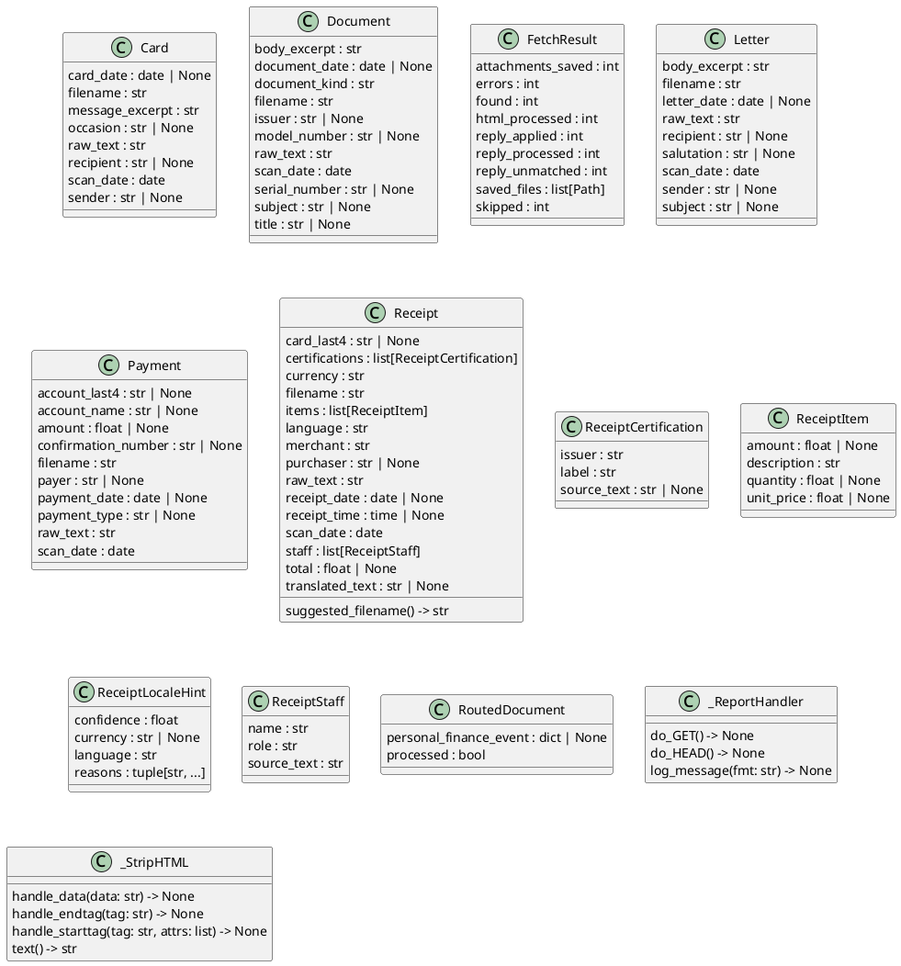
Above: docs/diagrams/python-classes.puml.png in casonk/intake (PlantUML), before the change.
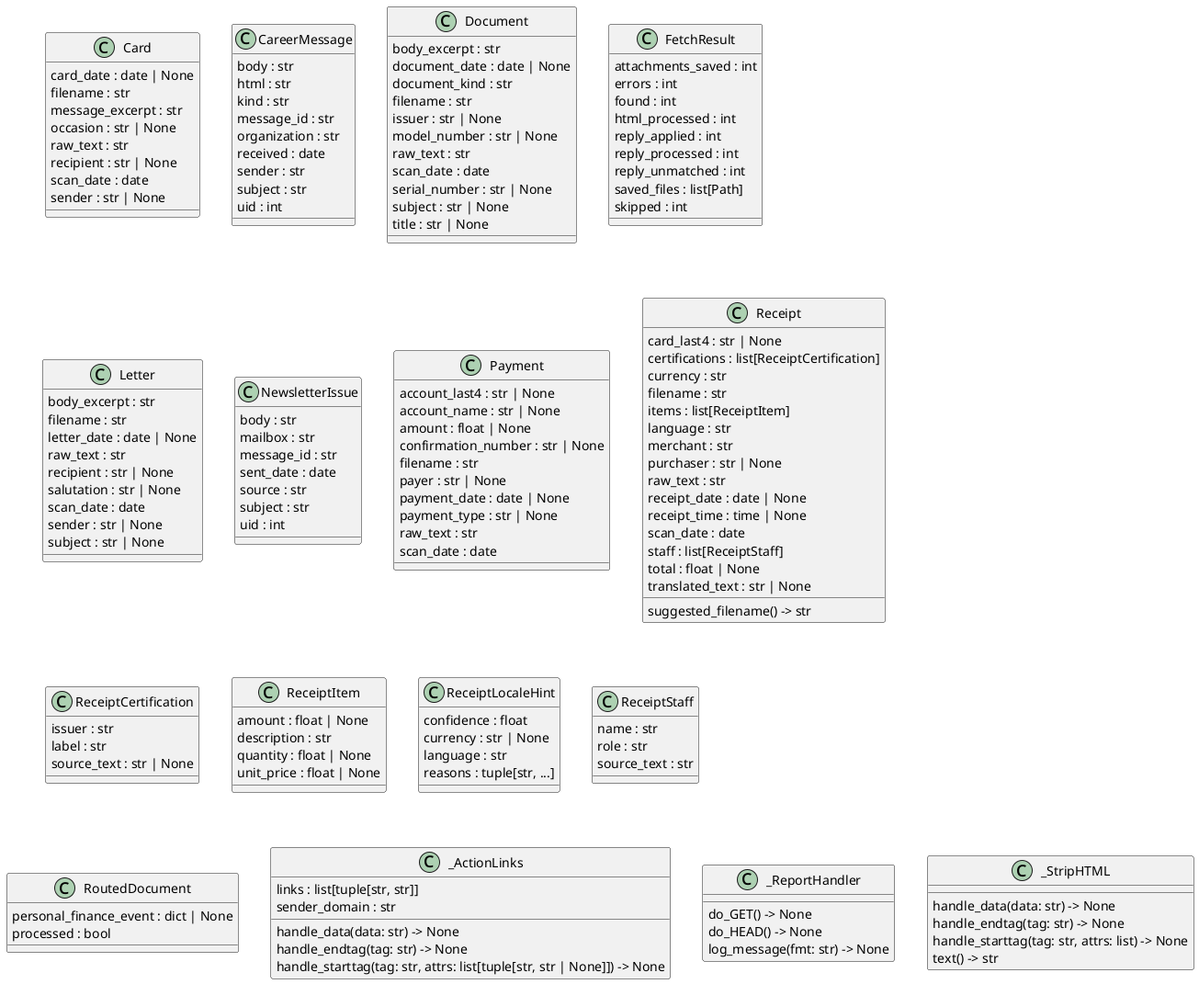
Later version of the same file.

What changed in the source:
```diff
@@ -1,4 +1,4 @@
-@startuml classes_intake
+@startuml classes_checkout
 set namespaceSeparator none
 class "Card" as intake.parse_card.Card {
   card_date : date | None
@@ -9,6 +9,17 @@
   recipient : str | None
   scan_date : date
   sender : str | None
+}
+class "CareerMessage" as intake.career_email.CareerMessage {
+  body : str
+  html : str
+  kind : str
+  message_id : str
+  organization : str
+  received : date
+  sender : str
+  subject : str
+  uid : int
 }
 class "Document" as intake.parse_document.Document {
   body_excerpt : str
@@ -44,6 +55,15 @@
   scan_date : date
   sender : str | None
   subject : str | None
+}
+class "NewsletterIssue" as intake.newsletter.NewsletterIssue {
+  body : str
+  mailbox : str
+  message_id : str
+  sent_date : date
+  source : str
+  subject : str
+  uid : int
 }
 class "Payment" as intake.parse_payment.Payment {
   account_last4 : str | None
@@ -101,6 +121,13 @@
   personal_finance_event : dict | None
   processed : bool
 }
+class "_ActionLinks" as intake.career_email._ActionLinks {
+  links : list[tuple[str, str]]
+  sender_domain : str
+  handle_data(data: str) -> None
+  handle_endtag(tag: str) -> None
+  handle_starttag(tag: str, attrs: list[tuple[str, str | None]]) -> None
+}
 class "_ReportHandler" as intake.web._ReportHandler {
   do_GET() -> None
   do_HEAD() -> None
```
